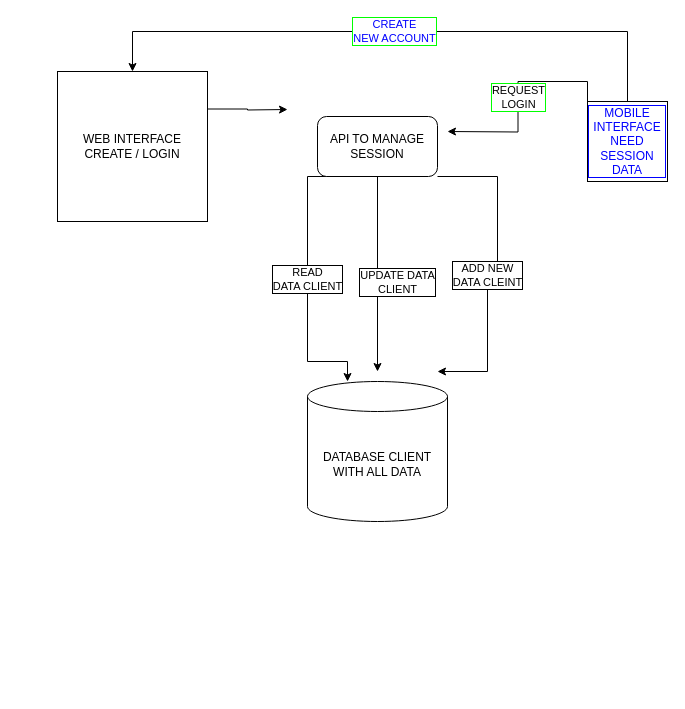
Before: Untitled Diagram.drawio in Ampiso4/host-static-source, a draw.io diagram. Source tidied: cells renumbered, new cells numbered last; positions are measured from the earlier drawing's top-left corner, leaving out a move shared by most shapes. Both pictures are drawn from the tidied source at 100%, with x=0, y=0 at pixel (57, 31).
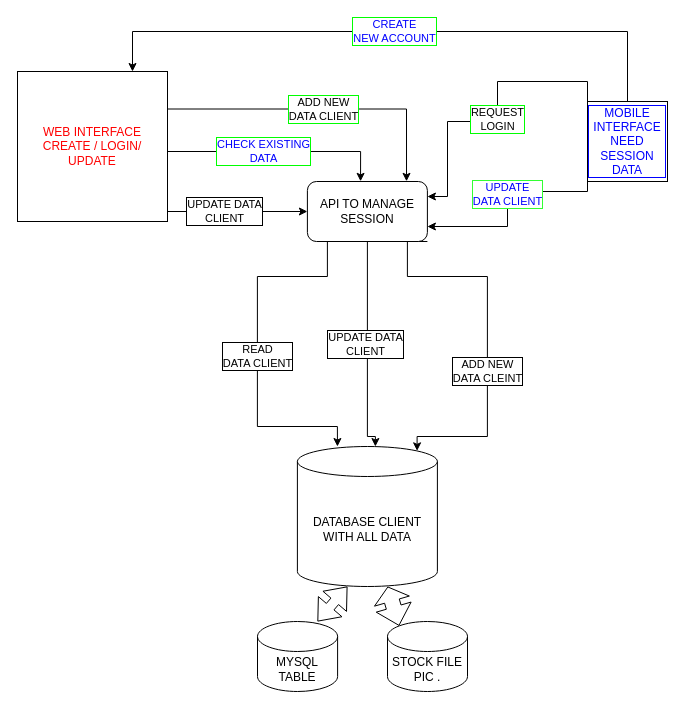
The same page after the edit.

The change refers to these unchanged cells:
```xml
<mxCell id="5" value="MOBILE INTERFACE NEED SESSION DATA" style="whiteSpace=wrap;html=1;fontColor=#0000FF;labelBorderColor=#0000FF;" parent="1" vertex="1">
  <mxGeometry x="530" y="70" width="80" height="80" as="geometry" />
</mxCell>
```

Change to the diagram source:
```diff
@@
     <mxCell id="2" value="&lt;div&gt;DATABASE CLIENT &lt;br&gt;&lt;/div&gt;WITH ALL DATA" style="shape=cylinder3;whiteSpace=wrap;html=1;boundedLbl=1;backgroundOutline=1;size=15;" parent="1" vertex="1">
-      <mxGeometry x="250" y="350" width="140" height="140" as="geometry" />
+      <mxGeometry x="239.9" y="415" width="140" height="140" as="geometry" />
     </mxCell>
-    <mxCell id="3" value="&lt;div&gt;REQUEST &lt;br&gt;&lt;/div&gt;&lt;div&gt;LOGIN&lt;br&gt;&lt;/div&gt;" style="edgeStyle=orthogonalEdgeStyle;rounded=0;jettySize=auto;html=1;exitX=0;exitY=0;exitDx=0;exitDy=0;labelBorderColor=#00FF00;" parent="1" edge="1" source="5">
+    <mxCell id="3" value="&lt;div&gt;REQUEST &lt;br&gt;&lt;/div&gt;&lt;div&gt;LOGIN&lt;br&gt;&lt;/div&gt;" style="edgeStyle=orthogonalEdgeStyle;rounded=0;jettySize=auto;html=1;exitX=0;exitY=0;exitDx=0;exitDy=0;labelBorderColor=#00FF00;entryX=1;entryY=0.25;entryDx=0;entryDy=0;" parent="1" edge="1" source="5" target="9">
       <mxGeometry relative="1" as="geometry">
-        <mxPoint x="390" y="100" as="targetPoint" />
+        <Array as="points">
+          <mxPoint x="530" y="50" />
+          <mxPoint x="440" y="50" />
+          <mxPoint x="440" y="90" />
+          <mxPoint x="390" y="90" />
+          <mxPoint x="390" y="165" />
+        </Array>
       </mxGeometry>
     </mxCell>
@@
+    <mxCell id="12" value="&lt;div&gt;UPDATE&lt;/div&gt;&lt;div&gt;DATA CLIENT&lt;br&gt;&lt;/div&gt;" style="edgeStyle=orthogonalEdgeStyle;rounded=0;jettySize=auto;html=1;exitX=0;exitY=0.75;exitDx=0;exitDy=0;entryX=1;entryY=0.75;entryDx=0;entryDy=0;fontColor=#0000FF;labelBorderColor=#33FF33;" parent="1" edge="1" source="5" target="9">
+      <mxGeometry relative="1" as="geometry">
+        <Array as="points">
+          <mxPoint x="530" y="160" />
+          <mxPoint x="450" y="160" />
+          <mxPoint x="450" y="195" />
+        </Array>
+      </mxGeometry>
+    </mxCell>
@@
-    <mxCell id="6" value="&lt;div&gt;UPDATE DATA &lt;br&gt;&lt;/div&gt;&lt;div&gt;CLIENT&lt;/div&gt;" style="edgeStyle=orthogonalEdgeStyle;rounded=0;jettySize=auto;html=1;exitX=0.5;exitY=1;exitDx=0;exitDy=0;labelBorderColor=#000000;" parent="1" edge="1" source="9">
-      <mxGeometry x="0.08" y="20" relative="1" as="geometry">
-        <mxPoint x="320" y="340" as="targetPoint" />
+    <mxCell id="6" value="&lt;div&gt;UPDATE DATA &lt;br&gt;&lt;/div&gt;&lt;div&gt;CLIENT&lt;/div&gt;" style="edgeStyle=orthogonalEdgeStyle;rounded=0;jettySize=auto;html=1;exitX=0.5;exitY=1;exitDx=0;exitDy=0;labelBorderColor=#000000;entryX=0.557;entryY=0;entryDx=0;entryDy=0;entryPerimeter=0;" parent="1" edge="1" source="9" target="2">
+      <mxGeometry x="-0.03" y="-2" relative="1" as="geometry">
+        <Array as="points">
+          <mxPoint x="309.9" y="405" />
+          <mxPoint x="317.9" y="405" />
+        </Array>
       </mxGeometry>
     </mxCell>
     <mxCell id="7" value="&lt;div&gt;READ&lt;/div&gt;&lt;div&gt;DATA CLIENT&lt;br&gt;&lt;/div&gt;" style="edgeStyle=orthogonalEdgeStyle;rounded=0;jettySize=auto;html=1;exitX=0.25;exitY=1;exitDx=0;exitDy=0;entryX=0.286;entryY=0;entryDx=0;entryDy=0;entryPerimeter=0;labelBorderColor=#000000;" parent="1" edge="1" source="9" target="2">
-      <mxGeometry relative="1" as="geometry">
+      <mxGeometry x="0.07" relative="1" as="geometry">
         <Array as="points">
-          <mxPoint x="250" y="145" />
-          <mxPoint x="250" y="330" />
-          <mxPoint x="290" y="330" />
+          <mxPoint x="269.9" y="210" />
+          <mxPoint x="269.9" y="245" />
+          <mxPoint x="199.9" y="245" />
+          <mxPoint x="199.9" y="395" />
+          <mxPoint x="279.9" y="395" />
         </Array>
       </mxGeometry>
     </mxCell>
-    <mxCell id="8" value="&lt;div&gt;ADD NEW&lt;/div&gt;&lt;div&gt;DATA CLEINT&lt;br&gt;&lt;/div&gt;" style="edgeStyle=orthogonalEdgeStyle;rounded=0;jettySize=auto;html=1;exitX=1;exitY=1;exitDx=0;exitDy=0;labelBorderColor=#000000;" parent="1" edge="1" source="9">
-      <mxGeometry x="0.07" relative="1" as="geometry">
-        <mxPoint x="380" y="340" as="targetPoint" />
+    <mxCell id="8" value="&lt;div&gt;ADD NEW&lt;/div&gt;&lt;div&gt;DATA CLEINT&lt;br&gt;&lt;/div&gt;" style="edgeStyle=orthogonalEdgeStyle;rounded=0;jettySize=auto;html=1;exitX=1;exitY=1;exitDx=0;exitDy=0;labelBorderColor=#000000;entryX=0.855;entryY=0;entryDx=0;entryDy=4.35;entryPerimeter=0;" parent="1" edge="1" source="9" target="2">
+      <mxGeometry x="0.21" relative="1" as="geometry">
         <Array as="points">
-          <mxPoint x="440" y="145" />
-          <mxPoint x="440" y="243" />
-          <mxPoint x="430" y="243" />
-          <mxPoint x="430" y="340" />
+          <mxPoint x="349.9" y="210" />
+          <mxPoint x="349.9" y="245" />
+          <mxPoint x="429.9" y="245" />
+          <mxPoint x="429.9" y="405" />
+          <mxPoint x="359.9" y="405" />
         </Array>
       </mxGeometry>
     </mxCell>
     <mxCell id="9" value="API TO MANAGE SESSION" style="rounded=1;whiteSpace=wrap;html=1;" parent="1" vertex="1">
-      <mxGeometry x="260" y="85" width="120" height="60" as="geometry" />
+      <mxGeometry x="249.9" y="150" width="120" height="60" as="geometry" />
     </mxCell>
-    <mxCell id="10" style="edgeStyle=orthogonalEdgeStyle;rounded=0;jettySize=auto;html=1;exitX=1;exitY=0.25;exitDx=0;exitDy=0;" parent="1" edge="1" source="11">
-      <mxGeometry relative="1" as="geometry">
-        <mxPoint x="230" y="78" as="targetPoint" />
-      </mxGeometry>
+    <mxCell id="10" value="&lt;div&gt;ADD NEW&lt;/div&gt;&lt;div&gt;DATA CLIENT&lt;br&gt;&lt;/div&gt;" style="edgeStyle=orthogonalEdgeStyle;rounded=0;jettySize=auto;html=1;exitX=1;exitY=0.25;exitDx=0;exitDy=0;entryX=0.826;entryY=-0.003;entryDx=0;entryDy=0;entryPerimeter=0;labelBorderColor=#00FF00;" parent="1" edge="1" source="11" target="9">
+      <mxGeometry relative="1" as="geometry" />
     </mxCell>
+    <mxCell id="13" value="&lt;div&gt;CHECK EXISTING&lt;/div&gt;&lt;div&gt;DATA&lt;br&gt;&lt;/div&gt;" style="edgeStyle=orthogonalEdgeStyle;rounded=0;jettySize=auto;html=1;exitX=1;exitY=0.75;exitDx=0;exitDy=0;entryX=0.443;entryY=-0.003;entryDx=0;entryDy=0;fontColor=#0000FF;entryPerimeter=0;labelBorderColor=#00FF00;" parent="1" edge="1" source="11" target="9">
+      <mxGeometry relative="1" as="geometry">
+        <Array as="points">
+          <mxPoint x="110" y="120" />
+          <mxPoint x="303" y="120" />
+        </Array>
+      </mxGeometry>
+    </mxCell>
+    <mxCell id="14" value="&lt;div&gt;UPDATE DATA&lt;/div&gt;&lt;div&gt;CLIENT&lt;br&gt;&lt;/div&gt;" style="edgeStyle=orthogonalEdgeStyle;rounded=0;jettySize=auto;html=1;exitX=1;exitY=0.75;exitDx=0;exitDy=0;entryX=0;entryY=0.5;entryDx=0;entryDy=0;labelBorderColor=#000000;" parent="1" edge="1" source="11" target="9">
+      <mxGeometry relative="1" as="geometry">
+        <Array as="points">
+          <mxPoint x="110" y="180" />
+        </Array>
+      </mxGeometry>
+    </mxCell>
-    <mxCell id="11" value="&lt;div&gt;WEB INTERFACE&lt;/div&gt;&lt;div&gt;CREATE / LOGIN&lt;br&gt;&lt;/div&gt;" style="whiteSpace=wrap;html=1;" parent="1" vertex="1">
-      <mxGeometry y="40" width="150" height="150" as="geometry" />
+    <mxCell id="11" value="&lt;div&gt;WEB INTERFACE&lt;/div&gt;&lt;div&gt;CREATE / LOGIN/ UPDATE&lt;br&gt;&lt;/div&gt;" style="whiteSpace=wrap;html=1;fontColor=#FF0000;labelBackgroundColor=none;labelBorderColor=none;" parent="1" vertex="1">
+      <mxGeometry x="-40" y="40" width="150" height="150" as="geometry" />
     </mxCell>
+    <mxCell id="15" value="MYSQL TABLE" style="shape=cylinder3;whiteSpace=wrap;html=1;boundedLbl=1;backgroundOutline=1;size=15;fontColor=#000000;" parent="1" vertex="1">
+      <mxGeometry x="200" y="590" width="80.1" height="70" as="geometry" />
+    </mxCell>
+    <mxCell id="16" value="&lt;div&gt;STOCK FILE&lt;/div&gt;&lt;div&gt;PIC .&lt;/div&gt;" style="shape=cylinder3;whiteSpace=wrap;html=1;boundedLbl=1;backgroundOutline=1;size=15;fontColor=#000000;" parent="1" vertex="1">
+      <mxGeometry x="330" y="590" width="80" height="70" as="geometry" />
+    </mxCell>
+    <mxCell id="17" style="shape=flexArrow;endArrow=classic;startArrow=classic;html=1;fontColor=#000000;" parent="1" edge="1">
+      <mxGeometry relative="1" as="geometry">
+        <mxPoint x="260" y="590" as="sourcePoint" />
+        <mxPoint x="289.9" y="555" as="targetPoint" />
+      </mxGeometry>
+    </mxCell>
+    <mxCell id="18" style="shape=flexArrow;endArrow=classic;startArrow=classic;html=1;fontColor=#000000;width=15.294117647058824;endSize=4.564705882352941;exitX=0.145;exitY=0;exitDx=0;exitDy=4.35;exitPerimeter=0;" parent="1" edge="1" source="16" target="2">
+      <mxGeometry relative="1" as="geometry" />
+    </mxCell>
```
